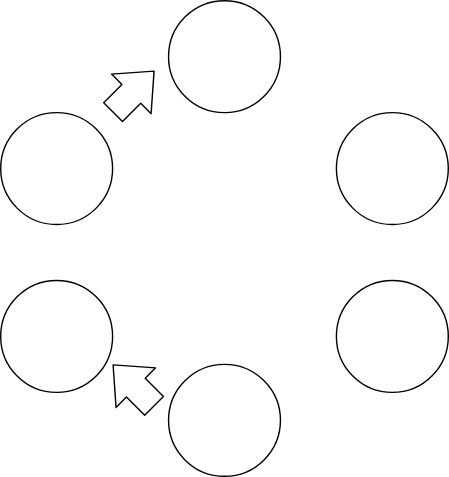
This is method.svg from nadiaasrin/neddo, a draw.io export, as it was before one commit. Source tidied: cells renumbered, new cells last; positions are measured from the earlier drawing's top-left corner, leaving out a move shared by most shapes.
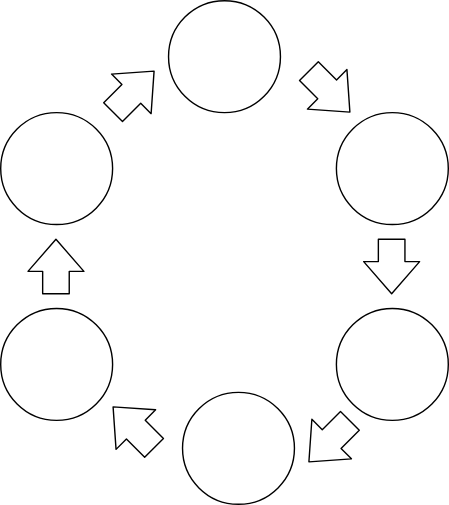
Above is the later version.

The edit, as a diff of the source:
```diff
@@ -6,7 +6,7 @@
       <mxGeometry x="120" width="80" height="80" as="geometry" />
     </mxCell>
     <mxCell id="3" style="ellipse;whiteSpace=wrap;html=1;" parent="1" vertex="1">
-      <mxGeometry y="200" width="80" height="80" as="geometry" />
+      <mxGeometry y="220" width="80" height="80" as="geometry" />
     </mxCell>
     <mxCell id="4" style="ellipse;whiteSpace=wrap;html=1;" parent="1" vertex="1">
       <mxGeometry x="240" y="80" width="80" height="80" as="geometry" />
@@ -15,10 +15,10 @@
       <mxGeometry y="80" width="80" height="80" as="geometry" />
     </mxCell>
     <mxCell id="6" style="ellipse;whiteSpace=wrap;html=1;" parent="1" vertex="1">
-      <mxGeometry x="120" y="260" width="80" height="80" as="geometry" />
+      <mxGeometry x="130" y="280" width="80" height="80" as="geometry" />
     </mxCell>
     <mxCell id="7" style="ellipse;whiteSpace=wrap;html=1;" parent="1" vertex="1">
-      <mxGeometry x="240" y="200" width="80" height="80" as="geometry" />
+      <mxGeometry x="240" y="220" width="80" height="80" as="geometry" />
     </mxCell>
     <mxCell id="8" style="shape=flexArrow;endArrow=classic;html=1;width=19;endSize=7.33;" parent="1" edge="1">
       <mxGeometry relative="1" as="geometry">
@@ -28,9 +28,33 @@
     </mxCell>
     <mxCell id="9" style="shape=flexArrow;endArrow=classic;html=1;width=19;endSize=7.33;" parent="1" edge="1">
       <mxGeometry relative="1" as="geometry">
-        <mxPoint x="110" y="290" as="sourcePoint" />
-        <mxPoint x="80" y="260" as="targetPoint" />
+        <mxPoint x="110" y="320" as="sourcePoint" />
+        <mxPoint x="80" y="290" as="targetPoint" />
       </mxGeometry>
     </mxCell>
+    <mxCell id="10" style="shape=flexArrow;endArrow=classic;html=1;width=19;endSize=7.33;" parent="1" edge="1">
+      <mxGeometry relative="1" as="geometry">
+        <mxPoint x="220" y="50" as="sourcePoint" />
+        <mxPoint x="250" y="80" as="targetPoint" />
+      </mxGeometry>
+    </mxCell>
+    <mxCell id="11" style="shape=flexArrow;endArrow=classic;html=1;width=19;endSize=7.33;" parent="1" edge="1">
+      <mxGeometry relative="1" as="geometry">
+        <mxPoint x="279.5" y="170" as="sourcePoint" />
+        <mxPoint x="279.5" y="210" as="targetPoint" />
+      </mxGeometry>
+    </mxCell>
+    <mxCell id="12" style="shape=flexArrow;endArrow=classic;html=1;width=19;endSize=7.33;" parent="1" edge="1">
+      <mxGeometry relative="1" as="geometry">
+        <mxPoint x="39.5" y="210" as="sourcePoint" />
+        <mxPoint x="39.5" y="170" as="targetPoint" />
+      </mxGeometry>
+    </mxCell>
+    <mxCell id="13" style="shape=flexArrow;endArrow=classic;html=1;width=19;endSize=7.33;" parent="1" edge="1">
+      <mxGeometry relative="1" as="geometry">
+        <mxPoint x="250" y="300" as="sourcePoint" />
+        <mxPoint x="220" y="330" as="targetPoint" />
+      </mxGeometry>
+    </mxCell>
   </root>
 </mxGraphModel>
```
